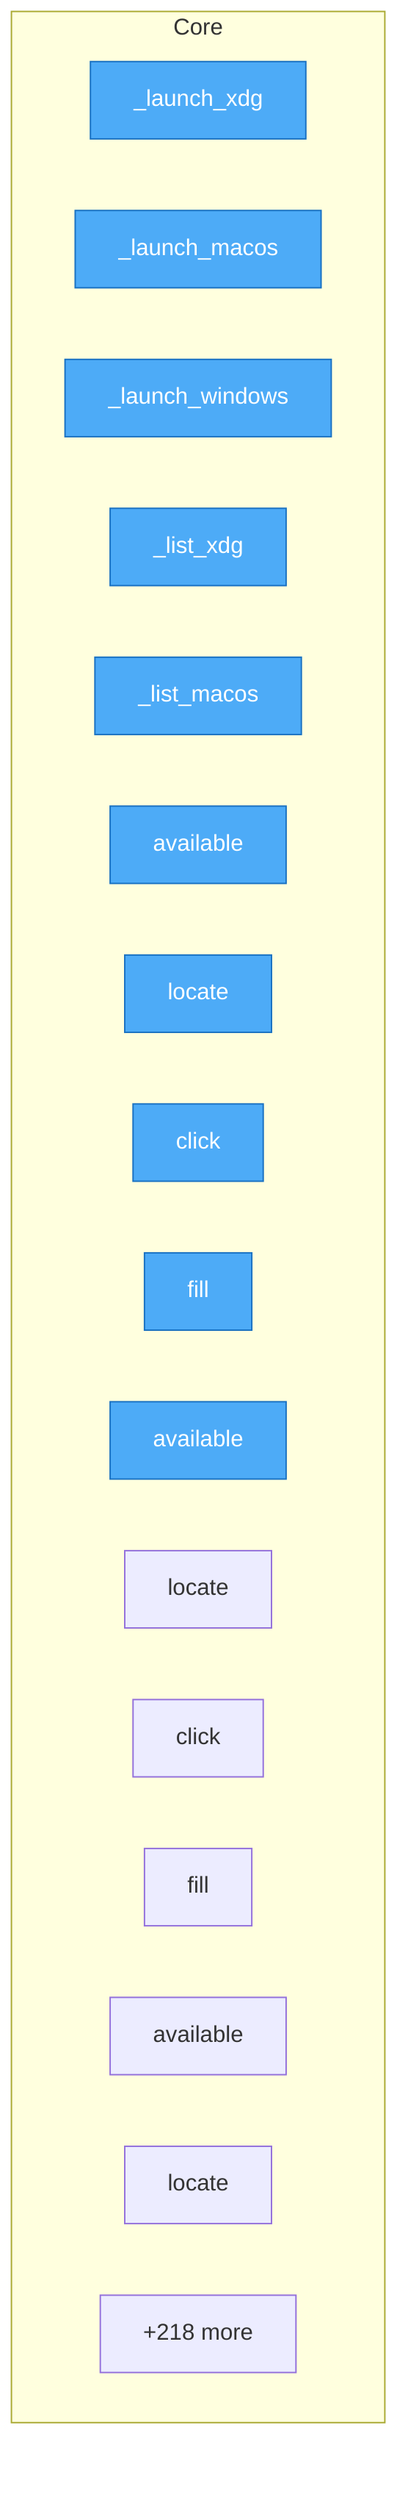
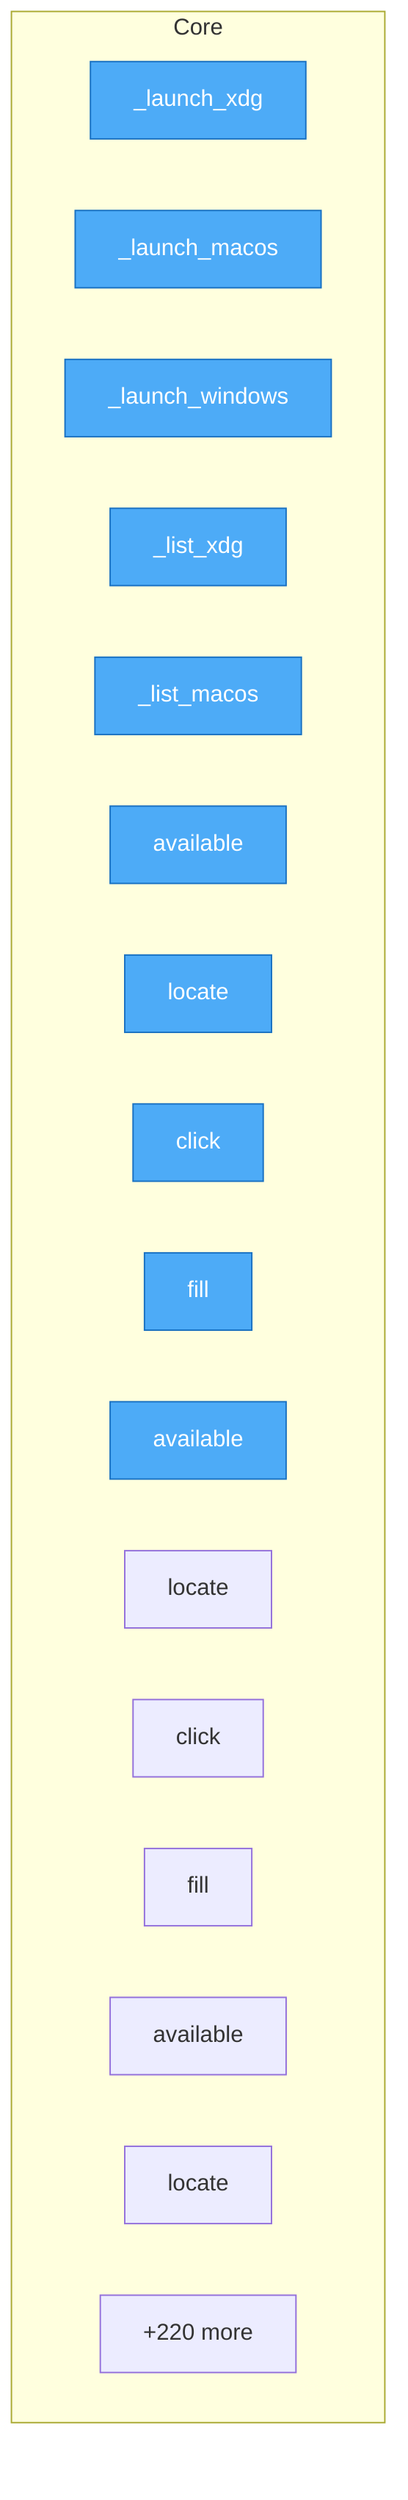
flowchart TD
%% generated in 0.01s

    %% Entry points (blue)
    classDef entry fill:#4dabf7,stroke:#1971c2,color:#fff

    subgraph Core
        urirun_connector_kvm__launch_backends___launch_xdg["_launch_xdg"]
        urirun_connector_kvm__launch_backends___launch_macos["_launch_macos"]
        urirun_connector_kvm__launch_backends___launch_windows["_launch_windows"]
        urirun_connector_kvm__launch_backends___list_xdg["_list_xdg"]
        urirun_connector_kvm__launch_backends___list_macos["_list_macos"]
        urirun_connector_kvm__strategies__CdpStrategy__available["available"]
        urirun_connector_kvm__strategies__CdpStrategy__locate["locate"]
        urirun_connector_kvm__strategies__CdpStrategy__click["click"]
        urirun_connector_kvm__strategies__CdpStrategy__fill["fill"]
        urirun_connector_kvm__strategies__AtspiStrategy__available["available"]
        urirun_connector_kvm__strategies__AtspiStrategy__locate["locate"]
        urirun_connector_kvm__strategies__AtspiStrategy__click["click"]
        urirun_connector_kvm__strategies__AtspiStrategy__fill["fill"]
        urirun_connector_kvm__strategies__VisionStrategy__available["available"]
        urirun_connector_kvm__strategies__VisionStrategy__locate["locate"]
-         ...["+218 more"]
+         ...["+220 more"]
    end

    class urirun_connector_kvm__launch_backends___launch_xdg,urirun_connector_kvm__launch_backends___launch_macos,urirun_connector_kvm__launch_backends___launch_windows,urirun_connector_kvm__launch_backends___list_xdg,urirun_connector_kvm__launch_backends___list_macos,urirun_connector_kvm__strategies__CdpStrategy__available,urirun_connector_kvm__strategies__CdpStrategy__locate,urirun_connector_kvm__strategies__CdpStrategy__click,urirun_connector_kvm__strategies__CdpStrategy__fill,urirun_connector_kvm__strategies__AtspiStrategy__available entry
